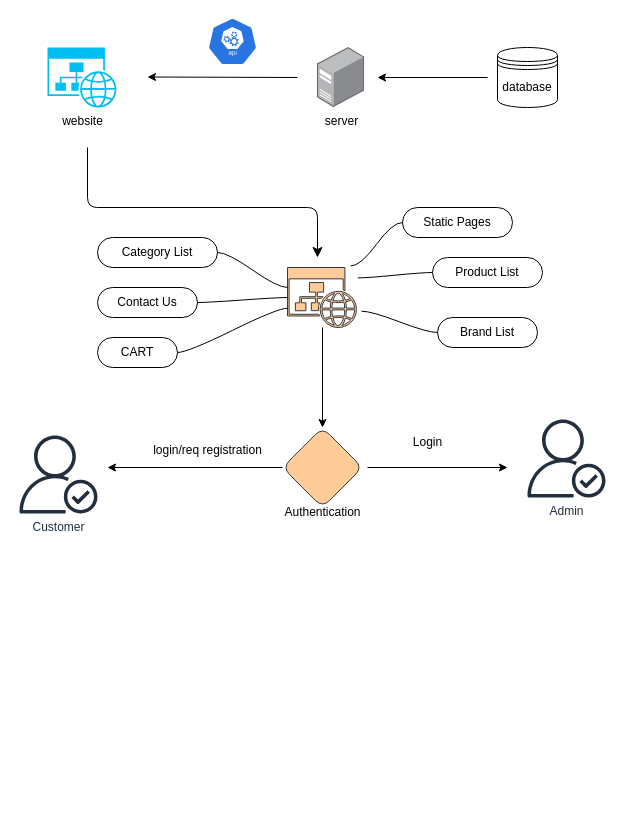
Above: golden-anchor-flow.drawio in checkiamsiam/golden-anchor-visualizations (draw.io), before the change. Source tidied: cells renumbered, new cells numbered last; positions are measured from the earlier drawing's top-left corner, leaving out a move shared by most shapes. Both pictures are drawn from the tidied source at 100%, with x=0, y=0 at pixel (19, 17).
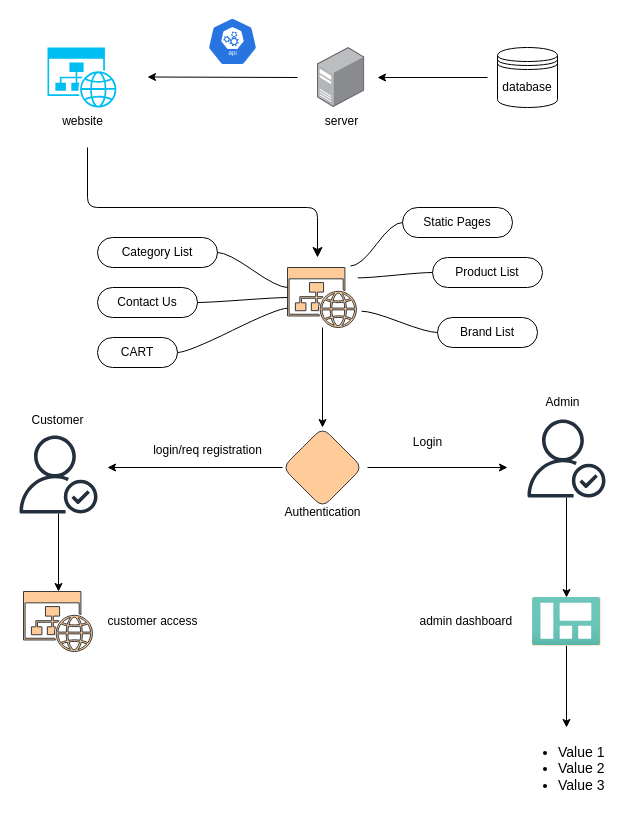
Above is the later version.

Diff of the diagram source:
```diff
@@
+    <mxCell id="31" style="edgeStyle=orthogonalEdgeStyle;rounded=0;jettySize=auto;html=1;" parent="1" edge="1" source="27" target="34">
+      <mxGeometry relative="1" as="geometry" />
+    </mxCell>
-    <mxCell id="27" value="Admin" style="sketch=0;outlineConnect=0;fontColor=#232F3E;gradientColor=none;fillColor=#232F3D;strokeColor=none;dashed=0;verticalLabelPosition=bottom;verticalAlign=top;align=center;html=1;fontSize=12;fontStyle=0;shape=mxgraph.aws4.authenticated_user;" parent="1" vertex="1">
+    <mxCell id="27" style="sketch=0;outlineConnect=0;fontColor=#232F3E;gradientColor=none;fillColor=#232F3D;strokeColor=none;dashed=0;verticalLabelPosition=bottom;verticalAlign=top;align=center;html=1;fontSize=12;fontStyle=0;shape=mxgraph.aws4.authenticated_user;" parent="1" vertex="1">
       <mxGeometry x="508" y="402" width="78" height="78" as="geometry" />
     </mxCell>
+    <mxCell id="32" style="edgeStyle=orthogonalEdgeStyle;rounded=0;jettySize=auto;html=1;" parent="1" edge="1" source="28" target="39">
+      <mxGeometry relative="1" as="geometry" />
+    </mxCell>
-    <mxCell id="28" value="Customer" style="sketch=0;outlineConnect=0;fontColor=#232F3E;gradientColor=none;fillColor=#232F3D;strokeColor=none;dashed=0;verticalLabelPosition=bottom;verticalAlign=top;align=center;html=1;fontSize=12;fontStyle=0;shape=mxgraph.aws4.authenticated_user;" parent="1" vertex="1">
+    <mxCell id="28" style="sketch=0;outlineConnect=0;fontColor=#232F3E;gradientColor=none;fillColor=#232F3D;strokeColor=none;dashed=0;verticalLabelPosition=bottom;verticalAlign=top;align=center;html=1;fontSize=12;fontStyle=0;shape=mxgraph.aws4.authenticated_user;" parent="1" vertex="1">
       <mxGeometry y="418" width="78" height="78" as="geometry" />
     </mxCell>
@@
+    <mxCell id="33" style="edgeStyle=orthogonalEdgeStyle;rounded=0;jettySize=auto;html=1;" parent="1" edge="1" source="34" target="38">
+      <mxGeometry relative="1" as="geometry" />
+    </mxCell>
+    <mxCell id="34" style="image;html=1;points=[];align=center;fontSize=12;image=img/lib/azure2/general/Dashboard.svg;imageBackground=#ffcc99;fillStyle=solid;" parent="1" vertex="1">
+      <mxGeometry x="513" y="580" width="68" height="48" as="geometry" />
+    </mxCell>
+    <mxCell id="35" value="Admin" style="text;html=1;align=center;verticalAlign=middle;strokeColor=none;fillColor=none;" parent="1" vertex="1">
+      <mxGeometry x="513" y="370" width="60" height="30" as="geometry" />
+    </mxCell>
+    <mxCell id="36" value="Customer" style="text;html=1;align=center;verticalAlign=middle;strokeColor=none;fillColor=none;" parent="1" vertex="1">
+      <mxGeometry x="-2" y="388" width="80" height="30" as="geometry" />
+    </mxCell>
+    <mxCell id="37" value="admin dashboard&amp;nbsp;" style="text;html=1;align=center;verticalAlign=middle;strokeColor=none;fillColor=none;" parent="1" vertex="1">
+      <mxGeometry x="388" y="589" width="120" height="30" as="geometry" />
+    </mxCell>
+    <mxCell id="38" value="&lt;ul style=&quot;font-size: 14px;&quot;&gt;&lt;li style=&quot;font-size: 14px;&quot;&gt;Value 1&lt;/li&gt;&lt;li style=&quot;font-size: 14px;&quot;&gt;Value 2&lt;/li&gt;&lt;li style=&quot;font-size: 14px;&quot;&gt;Value 3&lt;/li&gt;&lt;/ul&gt;" style="text;strokeColor=none;fillColor=none;html=1;whiteSpace=wrap;verticalAlign=middle;overflow=hidden;fontSize=14;" parent="1" vertex="1">
+      <mxGeometry x="497" y="710" width="100" height="80" as="geometry" />
+    </mxCell>
+    <mxCell id="39" style="verticalLabelPosition=bottom;html=1;verticalAlign=top;align=center;strokeColor=#36393d;fillColor=#ffcc99;shape=mxgraph.azure.website_generic;rounded=1;" parent="1" vertex="1">
+      <mxGeometry x="4" y="574" width="70" height="60" as="geometry" />
+    </mxCell>
+    <mxCell id="40" value="customer access" style="text;html=1;align=center;verticalAlign=middle;strokeColor=none;fillColor=none;" parent="1" vertex="1">
+      <mxGeometry x="78" y="589" width="110" height="30" as="geometry" />
+    </mxCell>
```
